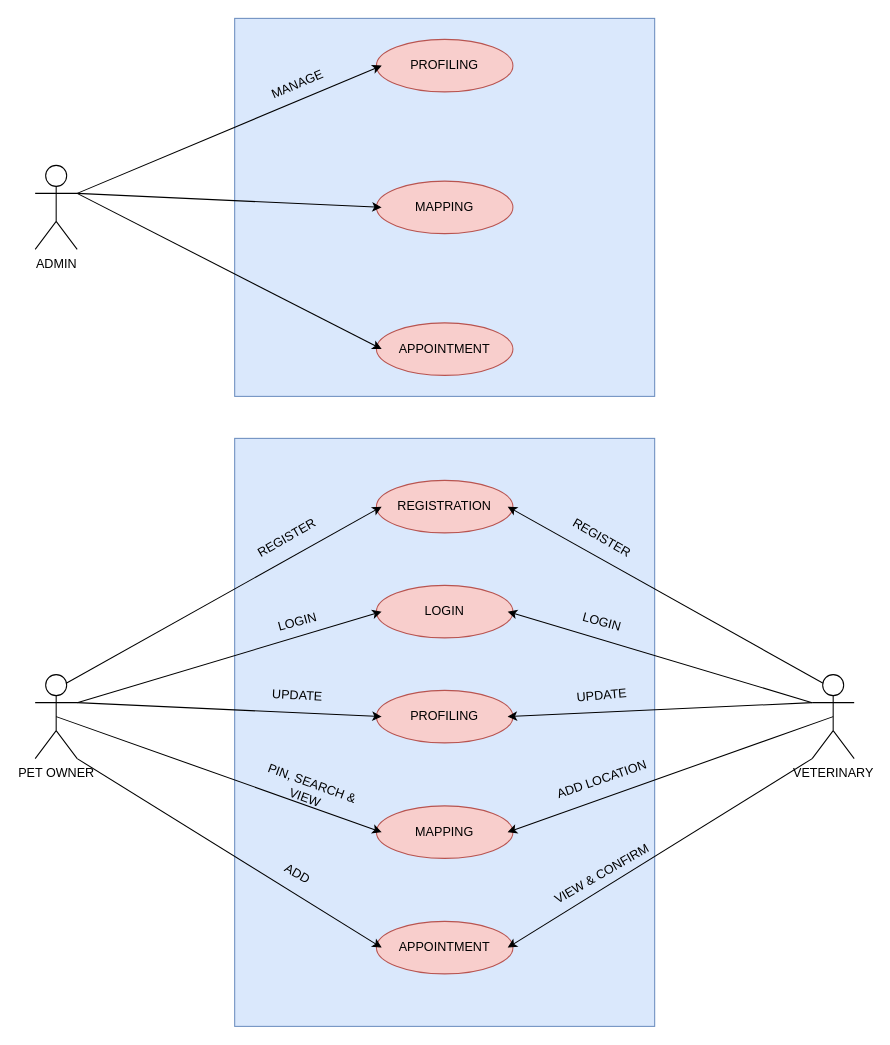
LANSiiibyte/Projectlansiii keeps this draw.io diagram as Group20_usecase.drawio. Above is the earlier version. Source tidied: cells renumbered, new cells numbered last; positions are measured from the earlier drawing's top-left corner, leaving out a move shared by most shapes. Both pictures are drawn from the tidied source at 105%, with x=0, y=0 at pixel (35, 18).
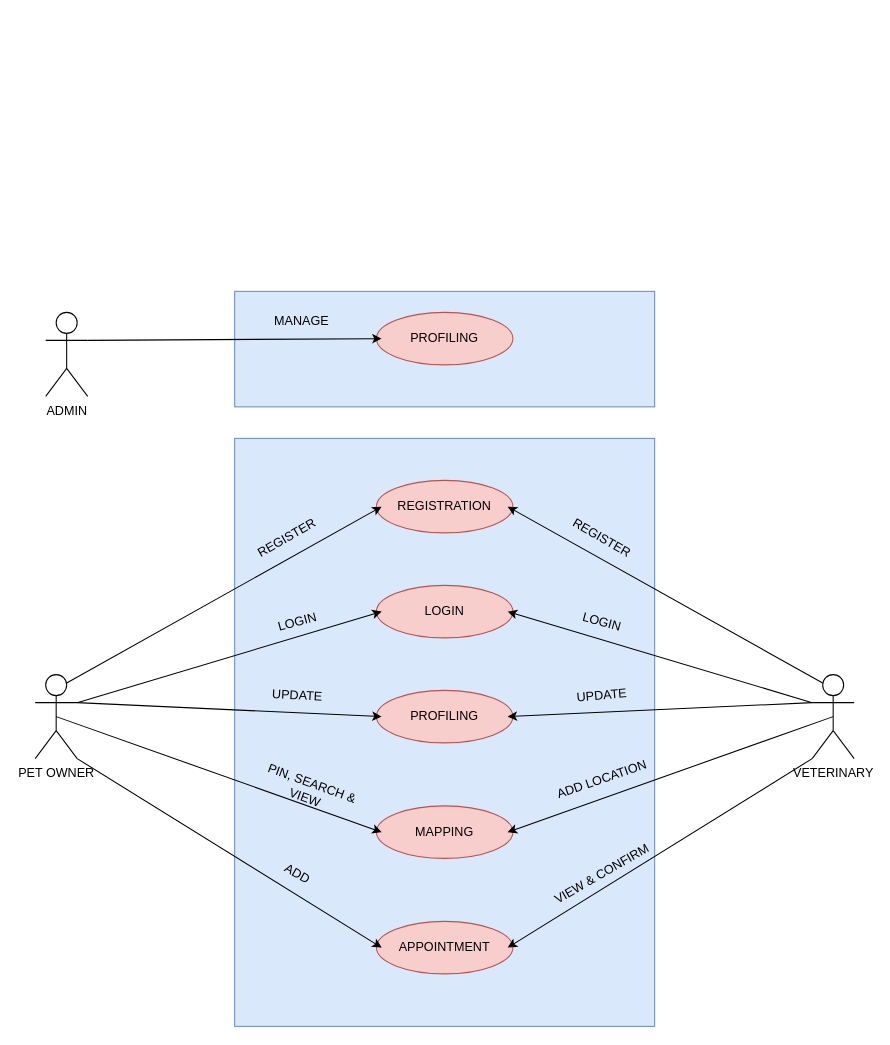
After the change.

Change to the diagram source:
```diff
@@
     <mxCell id="3" value="ADMIN" style="shape=umlActor;verticalLabelPosition=bottom;verticalAlign=top;html=1;outlineConnect=0;" parent="1" vertex="1">
-      <mxGeometry y="140" width="40" height="80" as="geometry" />
+      <mxGeometry x="10" y="280" width="40" height="80" as="geometry" />
     </mxCell>
@@
     <mxCell id="36" style="rounded=0;whiteSpace=wrap;html=1;fillColor=#dae8fc;strokeColor=#6c8ebf;" parent="1" vertex="1">
-      <mxGeometry x="190" width="400" height="360" as="geometry" />
+      <mxGeometry x="190" y="260" width="400" height="110" as="geometry" />
     </mxCell>
     <mxCell id="37" style="ellipse;whiteSpace=wrap;html=1;fillColor=#f8cecc;strokeColor=#b85450;" parent="1" vertex="1">
-      <mxGeometry x="325" y="20" width="130" height="50" as="geometry" />
+      <mxGeometry x="325" y="280" width="130" height="50" as="geometry" />
     </mxCell>
     <mxCell id="38" value="PROFILING" style="text;html=1;align=center;verticalAlign=middle;whiteSpace=wrap;rounded=0;" parent="1" vertex="1">
-      <mxGeometry x="330" y="30" width="120" height="30" as="geometry" />
+      <mxGeometry x="330" y="290" width="120" height="30" as="geometry" />
     </mxCell>
-    <mxCell id="39" style="ellipse;whiteSpace=wrap;html=1;fillColor=#f8cecc;strokeColor=#b85450;" parent="1" vertex="1">
-      <mxGeometry x="325" y="155" width="130" height="50" as="geometry" />
-    </mxCell>
-    <mxCell id="40" value="MAPPING" style="text;html=1;align=center;verticalAlign=middle;whiteSpace=wrap;rounded=0;" parent="1" vertex="1">
-      <mxGeometry x="330" y="165" width="120" height="30" as="geometry" />
-    </mxCell>
-    <mxCell id="41" style="ellipse;whiteSpace=wrap;html=1;fillColor=#f8cecc;strokeColor=#b85450;" parent="1" vertex="1">
-      <mxGeometry x="325" y="290" width="130" height="50" as="geometry" />
-    </mxCell>
-    <mxCell id="42" value="APPOINTMENT" style="text;html=1;align=center;verticalAlign=middle;whiteSpace=wrap;rounded=0;" parent="1" vertex="1">
-      <mxGeometry x="330" y="300" width="120" height="30" as="geometry" />
-    </mxCell>
@@
-    <mxCell id="44" style="endArrow=classic;html=1;rounded=0;exitX=1;exitY=0.3333333333333333;exitDx=0;exitDy=0;exitPerimeter=0;entryX=0;entryY=0.5;entryDx=0;entryDy=0;" parent="1" edge="1" source="3" target="40">
-      <mxGeometry relative="1" as="geometry" />
-    </mxCell>
-    <mxCell id="45" style="endArrow=classic;html=1;rounded=0;exitX=1;exitY=0.3333333333333333;exitDx=0;exitDy=0;exitPerimeter=0;entryX=0;entryY=0.5;entryDx=0;entryDy=0;" parent="1" edge="1" source="3" target="42">
-      <mxGeometry relative="1" as="geometry" />
-    </mxCell>
-    <mxCell id="46" value="MANAGE" style="text;html=1;align=center;verticalAlign=middle;whiteSpace=wrap;rounded=0;rotation=-23;" parent="1" vertex="1">
-      <mxGeometry x="190" y="48" width="120" height="30" as="geometry" />
+    <mxCell id="46" value="MANAGE" style="text;html=1;align=center;verticalAlign=middle;whiteSpace=wrap;rounded=0;rotation=0;" parent="1" vertex="1">
+      <mxGeometry x="194" y="274" width="120" height="30" as="geometry" />
     </mxCell>
```
